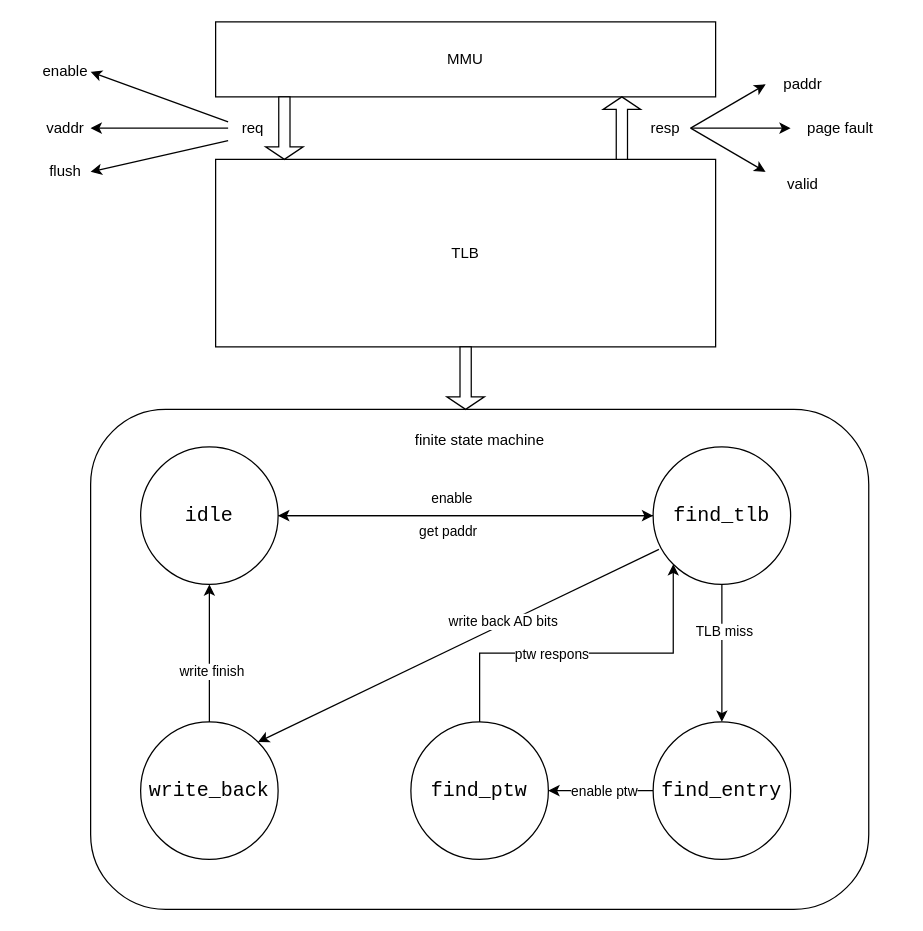
The draw.io diagram TLB.drawio in happy-lx/drawio, before the edit. Source tidied: cells renumbered, new cells numbered last; positions are measured from the earlier drawing's top-left corner, leaving out a move shared by most shapes. Both pictures are drawn from the tidied source at 125%, with x=0, y=0 at pixel (40, 21).
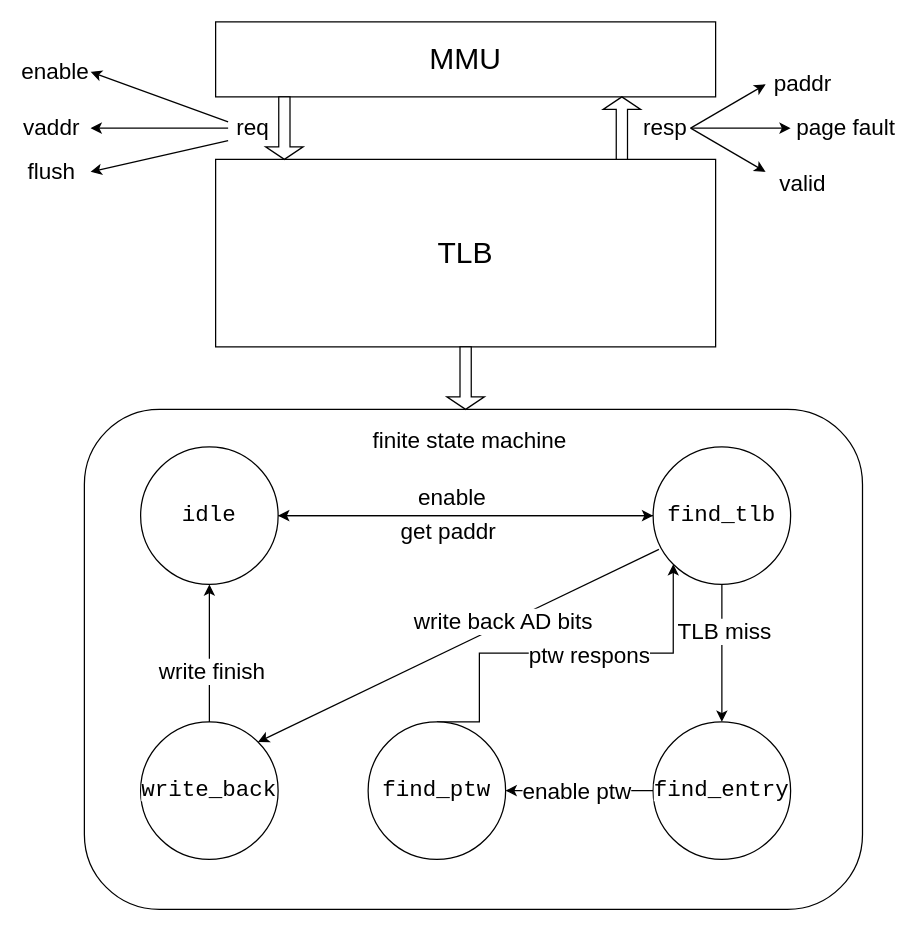
The same diagram, later.

Unchanged cells that the change refers to:
```xml
<mxCell id="23" style="edgeStyle=orthogonalEdgeStyle;rounded=0;jettySize=auto;html=1;exitX=0;exitY=0.5;exitDx=0;exitDy=0;" parent="1" edge="1" source="27" target="4">
  <mxGeometry relative="1" as="geometry" />
</mxCell>
<mxCell id="25" style="edgeStyle=orthogonalEdgeStyle;rounded=0;jettySize=auto;html=1;exitX=0.5;exitY=1;exitDx=0;exitDy=0;entryX=0.5;entryY=0;entryDx=0;entryDy=0;" parent="1" edge="1" source="27" target="30">
  <mxGeometry relative="1" as="geometry" />
</mxCell>
<mxCell id="28" style="edgeStyle=orthogonalEdgeStyle;rounded=0;jettySize=auto;html=1;exitX=0;exitY=0.5;exitDx=0;exitDy=0;" parent="1" edge="1" source="30" target="36">
  <mxGeometry relative="1" as="geometry" />
</mxCell>
<mxCell id="31" style="edgeStyle=orthogonalEdgeStyle;rounded=0;jettySize=auto;html=1;exitX=0.5;exitY=0;exitDx=0;exitDy=0;entryX=0.5;entryY=1;entryDx=0;entryDy=0;" parent="1" edge="1" source="33" target="4">
  <mxGeometry relative="1" as="geometry" />
</mxCell>
<mxCell id="34" style="edgeStyle=orthogonalEdgeStyle;rounded=0;jettySize=auto;html=1;exitX=0.5;exitY=0;exitDx=0;exitDy=0;entryX=0;entryY=1;entryDx=0;entryDy=0;" parent="1" edge="1" source="36" target="27">
  <mxGeometry relative="1" as="geometry">
    <Array as="points">
      <mxPoint x="351" y="505" />
      <mxPoint x="506" y="505" />
    </Array>
  </mxGeometry>
</mxCell>
<mxCell id="37" style="endArrow=classic;html=1;exitX=0.042;exitY=0.745;exitDx=0;exitDy=0;exitPerimeter=0;entryX=1;entryY=0;entryDx=0;entryDy=0;" parent="1" edge="1" source="27" target="33">
  <mxGeometry relative="1" as="geometry" />
</mxCell>
```

Diff of the diagram source:
```diff
@@
     <mxCell id="2" style="rounded=1;whiteSpace=wrap;html=1;" parent="1" vertex="1">
-      <mxGeometry x="40" y="310" width="622.5" height="400" as="geometry" />
+      <mxGeometry x="35" y="310" width="622.5" height="400" as="geometry" />
     </mxCell>
@@
-    <mxCell id="4" value="&lt;div style=&quot;font-family: &amp;#34;consolas&amp;#34; , &amp;#34;courier new&amp;#34; , monospace ; font-size: 16px ; line-height: 22px&quot;&gt;&lt;span style=&quot;background-color: rgb(255 , 255 , 255)&quot;&gt;idle&lt;/span&gt;&lt;/div&gt;" style="ellipse;whiteSpace=wrap;html=1;" parent="1" vertex="1">
+    <mxCell id="4" value="&lt;div style=&quot;font-family: &amp;#34;consolas&amp;#34; , &amp;#34;courier new&amp;#34; , monospace ; line-height: 22px&quot;&gt;&lt;span style=&quot;background-color: rgb(255 , 255 , 255)&quot;&gt;&lt;font style=&quot;font-size: 18px&quot;&gt;idle&lt;/font&gt;&lt;/span&gt;&lt;/div&gt;" style="ellipse;whiteSpace=wrap;html=1;" parent="1" vertex="1">
       <mxGeometry x="80" y="340" width="110" height="110" as="geometry" />
     </mxCell>
-    <mxCell id="5" value="TLB" style="rounded=0;whiteSpace=wrap;html=1;" parent="1" vertex="1">
+    <mxCell id="5" value="&lt;font style=&quot;font-size: 24px&quot;&gt;TLB&lt;/font&gt;" style="rounded=0;whiteSpace=wrap;html=1;" parent="1" vertex="1">
       <mxGeometry x="140" y="110" width="400" height="150" as="geometry" />
     </mxCell>
-    <mxCell id="6" value="MMU" style="rounded=0;whiteSpace=wrap;html=1;" parent="1" vertex="1">
+    <mxCell id="6" value="&lt;font style=&quot;font-size: 24px&quot;&gt;MMU&lt;/font&gt;" style="rounded=0;whiteSpace=wrap;html=1;" parent="1" vertex="1">
       <mxGeometry x="140" width="400" height="60" as="geometry" />
     </mxCell>
@@
-    <mxCell id="10" value="req" style="text;html=1;strokeColor=none;fillColor=none;align=center;verticalAlign=middle;whiteSpace=wrap;rounded=0;" parent="1" vertex="1">
+    <mxCell id="10" value="&lt;span style=&quot;font-size: 18px&quot;&gt;req&lt;/span&gt;" style="text;html=1;strokeColor=none;fillColor=none;align=center;verticalAlign=middle;whiteSpace=wrap;rounded=0;" parent="1" vertex="1">
       <mxGeometry x="150" y="75" width="40" height="20" as="geometry" />
     </mxCell>
@@
-    <mxCell id="12" value="resp" style="text;html=1;strokeColor=none;fillColor=none;align=center;verticalAlign=middle;whiteSpace=wrap;rounded=0;" parent="1" vertex="1">
+    <mxCell id="12" value="&lt;font style=&quot;font-size: 18px&quot;&gt;resp&lt;/font&gt;" style="text;html=1;strokeColor=none;fillColor=none;align=center;verticalAlign=middle;whiteSpace=wrap;rounded=0;" parent="1" vertex="1">
       <mxGeometry x="480" y="75" width="40" height="20" as="geometry" />
     </mxCell>
@@
-    <mxCell id="14" value="enable" style="text;html=1;strokeColor=none;fillColor=none;align=center;verticalAlign=middle;whiteSpace=wrap;rounded=0;" parent="1" vertex="1">
-      <mxGeometry y="30" width="40" height="20" as="geometry" />
+    <mxCell id="14" value="&lt;font style=&quot;font-size: 18px&quot;&gt;enable&lt;/font&gt;" style="text;html=1;strokeColor=none;fillColor=none;align=center;verticalAlign=middle;whiteSpace=wrap;rounded=0;" parent="1" vertex="1">
+      <mxGeometry x="-8" y="30" width="40" height="20" as="geometry" />
     </mxCell>
-    <mxCell id="15" value="vaddr" style="text;html=1;strokeColor=none;fillColor=none;align=center;verticalAlign=middle;whiteSpace=wrap;rounded=0;" parent="1" vertex="1">
-      <mxGeometry y="75" width="40" height="20" as="geometry" />
+    <mxCell id="15" value="&lt;font style=&quot;font-size: 18px&quot;&gt;vaddr&lt;/font&gt;" style="text;html=1;strokeColor=none;fillColor=none;align=center;verticalAlign=middle;whiteSpace=wrap;rounded=0;" parent="1" vertex="1">
+      <mxGeometry x="-11" y="75" width="40" height="20" as="geometry" />
     </mxCell>
@@
-    <mxCell id="17" value="flush" style="text;html=1;strokeColor=none;fillColor=none;align=center;verticalAlign=middle;whiteSpace=wrap;rounded=0;" parent="1" vertex="1">
-      <mxGeometry y="110" width="40" height="20" as="geometry" />
+    <mxCell id="17" value="&lt;font style=&quot;font-size: 18px&quot;&gt;flush&lt;/font&gt;" style="text;html=1;strokeColor=none;fillColor=none;align=center;verticalAlign=middle;whiteSpace=wrap;rounded=0;" parent="1" vertex="1">
+      <mxGeometry x="-11" y="110" width="40" height="20" as="geometry" />
     </mxCell>
@@
-    <mxCell id="19" value="paddr" style="text;html=1;strokeColor=none;fillColor=none;align=center;verticalAlign=middle;whiteSpace=wrap;rounded=0;" parent="1" vertex="1">
+    <mxCell id="19" value="&lt;font style=&quot;font-size: 18px&quot;&gt;paddr&lt;/font&gt;" style="text;html=1;strokeColor=none;fillColor=none;align=center;verticalAlign=middle;whiteSpace=wrap;rounded=0;" parent="1" vertex="1">
       <mxGeometry x="590" y="40" width="40" height="20" as="geometry" />
     </mxCell>
-    <mxCell id="20" value="page fault" style="text;html=1;strokeColor=none;fillColor=none;align=center;verticalAlign=middle;whiteSpace=wrap;rounded=0;" parent="1" vertex="1">
-      <mxGeometry x="600" y="77.5" width="80" height="15" as="geometry" />
+    <mxCell id="20" value="&lt;font style=&quot;font-size: 18px&quot;&gt;page fault&lt;/font&gt;" style="text;html=1;strokeColor=none;fillColor=none;align=center;verticalAlign=middle;whiteSpace=wrap;rounded=0;" parent="1" vertex="1">
+      <mxGeometry x="600" y="78" width="89" height="14.5" as="geometry" />
     </mxCell>
@@
-    <mxCell id="22" value="valid" style="text;html=1;strokeColor=none;fillColor=none;align=center;verticalAlign=middle;whiteSpace=wrap;rounded=0;" parent="1" vertex="1">
+    <mxCell id="22" value="&lt;font style=&quot;font-size: 18px&quot;&gt;valid&lt;/font&gt;" style="text;html=1;strokeColor=none;fillColor=none;align=center;verticalAlign=middle;whiteSpace=wrap;rounded=0;" parent="1" vertex="1">
       <mxGeometry x="590" y="120" width="40" height="20" as="geometry" />
     </mxCell>
@@
-    <mxCell id="24" value="enable" style="edgeLabel;html=1;align=center;verticalAlign=middle;" parent="23" vertex="1">
+    <mxCell id="24" value="enable" style="edgeLabel;html=1;align=center;verticalAlign=middle;fontSize=18;" parent="23" vertex="1">
       <mxGeometry x="0.08" y="-3" relative="1" as="geometry">
         <mxPoint y="-12" as="offset" />
       </mxGeometry>
     </mxCell>
@@
-    <mxCell id="26" value="TLB miss" style="edgeLabel;html=1;align=center;verticalAlign=middle;" parent="25" vertex="1">
+    <mxCell id="26" value="TLB miss" style="edgeLabel;html=1;align=center;verticalAlign=middle;fontSize=18;" parent="25" vertex="1">
       <mxGeometry x="-0.32" y="1" relative="1" as="geometry" />
     </mxCell>
-    <mxCell id="27" value="&lt;div style=&quot;font-family: &amp;#34;consolas&amp;#34; , &amp;#34;courier new&amp;#34; , monospace ; font-size: 16px ; line-height: 22px&quot;&gt;&lt;span style=&quot;background-color: rgb(255 , 255 , 255)&quot;&gt;find_tlb&lt;/span&gt;&lt;/div&gt;" style="ellipse;whiteSpace=wrap;html=1;" parent="1" vertex="1">
+    <mxCell id="27" value="&lt;div style=&quot;font-family: &amp;#34;consolas&amp;#34; , &amp;#34;courier new&amp;#34; , monospace ; line-height: 22px&quot;&gt;&lt;span style=&quot;background-color: rgb(255 , 255 , 255)&quot;&gt;&lt;font style=&quot;font-size: 18px&quot;&gt;find_tlb&lt;/font&gt;&lt;/span&gt;&lt;/div&gt;" style="ellipse;whiteSpace=wrap;html=1;" parent="1" vertex="1">
       <mxGeometry x="490" y="340" width="110" height="110" as="geometry" />
     </mxCell>
@@
-    <mxCell id="29" value="enable ptw" style="edgeLabel;html=1;align=center;verticalAlign=middle;" parent="28" vertex="1">
+    <mxCell id="29" value="enable ptw" style="edgeLabel;html=1;align=center;verticalAlign=middle;fontSize=18;" parent="28" vertex="1">
       <mxGeometry x="0.29" relative="1" as="geometry">
         <mxPoint x="14" as="offset" />
       </mxGeometry>
     </mxCell>
-    <mxCell id="30" value="&lt;div style=&quot;font-family: &amp;#34;consolas&amp;#34; , &amp;#34;courier new&amp;#34; , monospace ; font-size: 16px ; line-height: 22px&quot;&gt;&lt;span style=&quot;background-color: rgb(255 , 255 , 255)&quot;&gt;find_entry&lt;/span&gt;&lt;/div&gt;" style="ellipse;whiteSpace=wrap;html=1;" parent="1" vertex="1">
+    <mxCell id="30" value="&lt;div style=&quot;font-family: &amp;#34;consolas&amp;#34; , &amp;#34;courier new&amp;#34; , monospace ; line-height: 22px&quot;&gt;&lt;span style=&quot;background-color: rgb(255 , 255 , 255)&quot;&gt;&lt;font style=&quot;font-size: 18px&quot;&gt;find_entry&lt;/font&gt;&lt;/span&gt;&lt;/div&gt;" style="ellipse;whiteSpace=wrap;html=1;" parent="1" vertex="1">
       <mxGeometry x="490" y="560" width="110" height="110" as="geometry" />
     </mxCell>
@@
-    <mxCell id="32" value="write finish" style="edgeLabel;html=1;align=center;verticalAlign=middle;" parent="31" vertex="1">
+    <mxCell id="32" value="write finish" style="edgeLabel;html=1;align=center;verticalAlign=middle;fontSize=18;" parent="31" vertex="1">
       <mxGeometry x="-0.26" y="-1" relative="1" as="geometry" />
     </mxCell>
-    <mxCell id="33" value="&lt;div style=&quot;font-family: &amp;#34;consolas&amp;#34; , &amp;#34;courier new&amp;#34; , monospace ; font-size: 16px ; line-height: 22px&quot;&gt;&lt;span style=&quot;background-color: rgb(255 , 255 , 255)&quot;&gt;write_back&lt;/span&gt;&lt;/div&gt;" style="ellipse;whiteSpace=wrap;html=1;" parent="1" vertex="1">
+    <mxCell id="33" value="&lt;div style=&quot;font-family: &amp;#34;consolas&amp;#34; , &amp;#34;courier new&amp;#34; , monospace ; line-height: 22px&quot;&gt;&lt;span style=&quot;background-color: rgb(255 , 255 , 255)&quot;&gt;&lt;font style=&quot;font-size: 18px&quot;&gt;write_back&lt;/font&gt;&lt;/span&gt;&lt;/div&gt;" style="ellipse;whiteSpace=wrap;html=1;" parent="1" vertex="1">
       <mxGeometry x="80" y="560" width="110" height="110" as="geometry" />
     </mxCell>
@@
-    <mxCell id="35" value="ptw respons" style="edgeLabel;html=1;align=center;verticalAlign=middle;" parent="34" vertex="1">
-      <mxGeometry x="-0.2" relative="1" as="geometry" />
+    <mxCell id="35" value="ptw respons" style="edgeLabel;html=1;align=center;verticalAlign=middle;fontSize=18;" parent="34" vertex="1">
+      <mxGeometry x="-0.2" relative="1" as="geometry">
+        <mxPoint x="50" y="1" as="offset" />
+      </mxGeometry>
     </mxCell>
-    <mxCell id="36" value="&lt;div style=&quot;font-family: &amp;#34;consolas&amp;#34; , &amp;#34;courier new&amp;#34; , monospace ; font-size: 16px ; line-height: 22px&quot;&gt;&lt;span style=&quot;background-color: rgb(255 , 255 , 255)&quot;&gt;find_ptw&lt;/span&gt;&lt;/div&gt;" style="ellipse;whiteSpace=wrap;html=1;" parent="1" vertex="1">
-      <mxGeometry x="296.2" y="560" width="110" height="110" as="geometry" />
+    <mxCell id="36" value="&lt;div style=&quot;font-family: &amp;#34;consolas&amp;#34; , &amp;#34;courier new&amp;#34; , monospace ; line-height: 22px&quot;&gt;&lt;span style=&quot;background-color: rgb(255 , 255 , 255)&quot;&gt;&lt;font style=&quot;font-size: 18px&quot;&gt;find_ptw&lt;/font&gt;&lt;/span&gt;&lt;/div&gt;" style="ellipse;whiteSpace=wrap;html=1;" parent="1" vertex="1">
+      <mxGeometry x="262" y="560" width="110" height="110" as="geometry" />
     </mxCell>
@@
-    <mxCell id="38" value="write back AD bits" style="edgeLabel;html=1;align=center;verticalAlign=middle;" parent="37" vertex="1">
+    <mxCell id="38" value="write back AD bits" style="edgeLabel;html=1;align=center;verticalAlign=middle;fontSize=18;" parent="37" vertex="1">
       <mxGeometry x="0.09" relative="1" as="geometry">
         <mxPoint x="50" y="-26" as="offset" />
       </mxGeometry>
     </mxCell>
-    <mxCell id="39" value="finite state machine" style="text;html=1;strokeColor=none;fillColor=none;align=center;verticalAlign=middle;whiteSpace=wrap;rounded=0;" parent="1" vertex="1">
-      <mxGeometry x="291.8" y="330" width="119" height="10" as="geometry" />
+    <mxCell id="39" value="&lt;font style=&quot;font-size: 18px&quot;&gt;finite state machine&lt;/font&gt;" style="text;html=1;strokeColor=none;fillColor=none;align=center;verticalAlign=middle;whiteSpace=wrap;rounded=0;" parent="1" vertex="1">
+      <mxGeometry x="254" y="330" width="179.2" height="10" as="geometry" />
     </mxCell>
@@
-    <mxCell id="41" value="get paddr" style="edgeLabel;html=1;align=center;verticalAlign=middle;" parent="1" vertex="1">
+    <mxCell id="41" value="get paddr" style="edgeLabel;html=1;align=center;verticalAlign=middle;fontSize=18;" parent="1" vertex="1">
       <mxGeometry x="340" y="390" as="geometry">
         <mxPoint x="-15" y="17" as="offset" />
       </mxGeometry>
     </mxCell>
```
